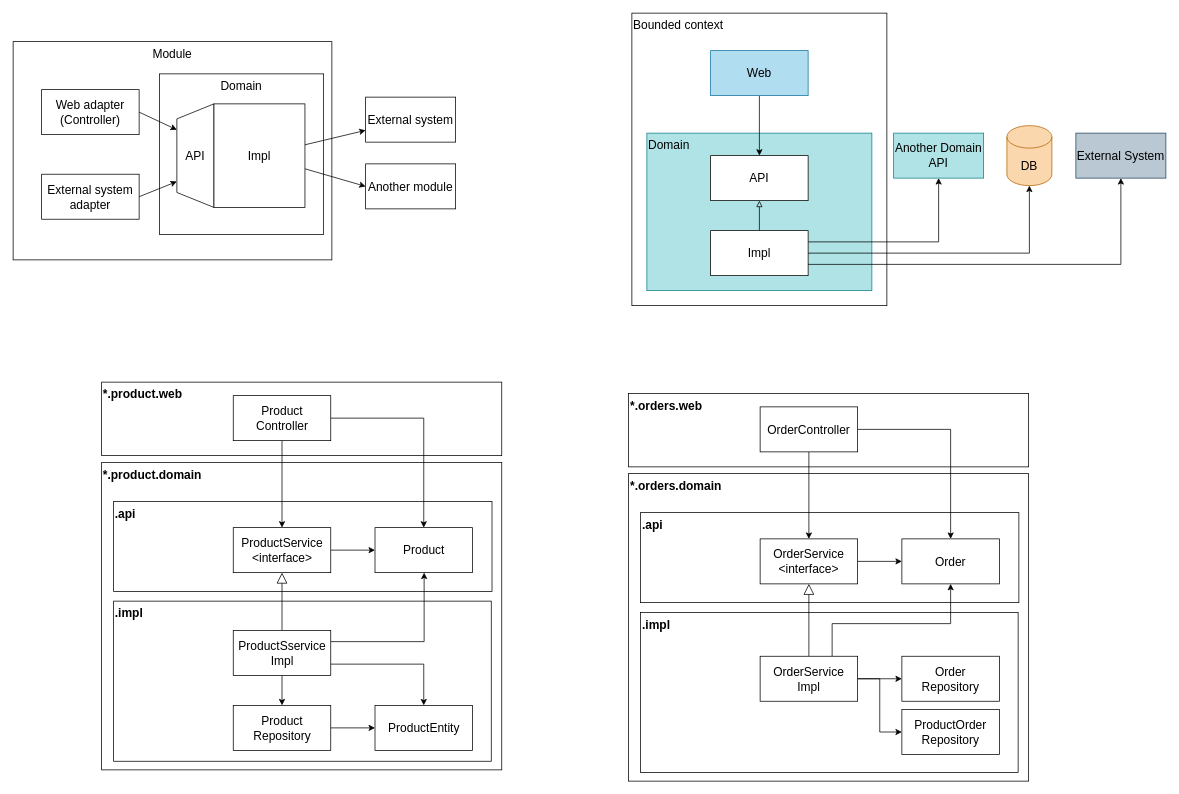
zatsepinvl/where-to-put-the-service keeps this draw.io diagram as page "Yet another architecture" (5 of 5) of where-to-put-the-service.drawio. Above is the earlier version. Source tidied: cells renumbered, new cells numbered last; positions are measured from the earlier drawing's top-left corner, leaving out a move shared by most shapes. Both pictures are drawn from the tidied source at 75%, with x=0, y=0 at pixel (13, 13).
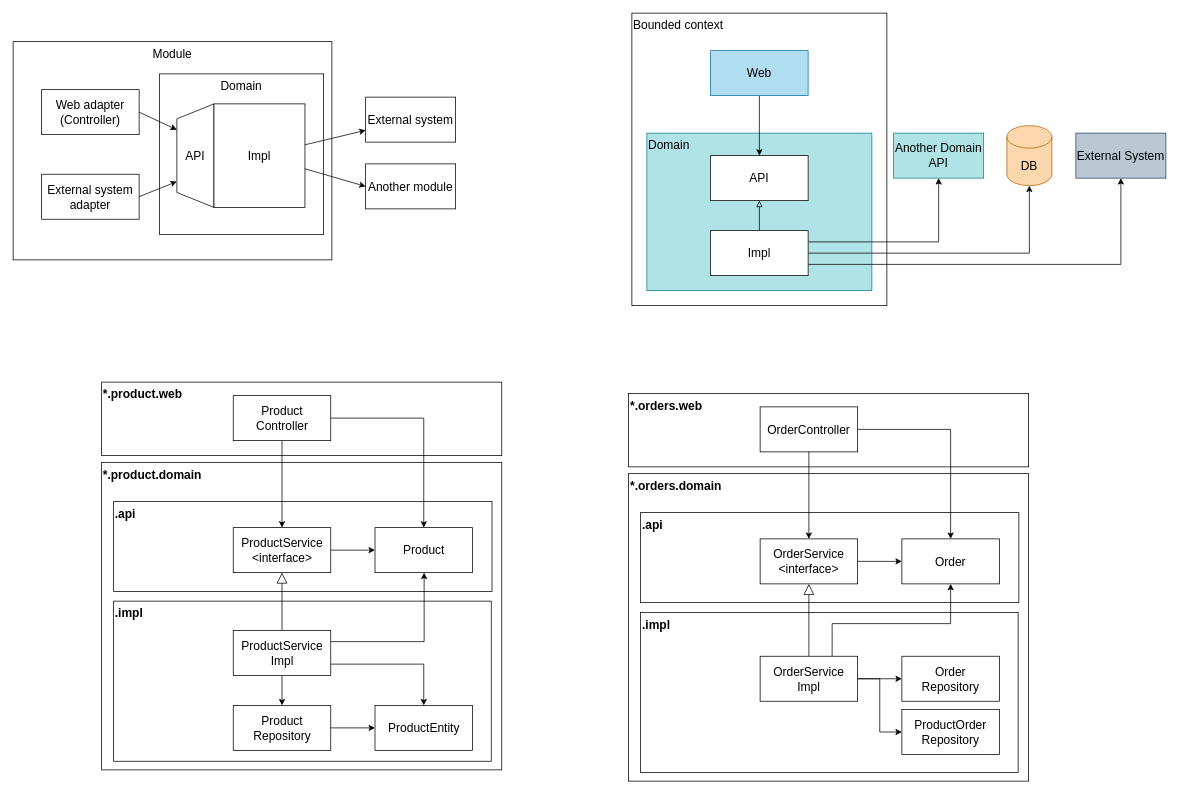
The same diagram, later.

Diff of the diagram source:
```diff
@@
-    <mxCell id="46" value="ProductSservice&lt;br&gt;Impl" style="rounded=0;whiteSpace=wrap;html=1;fontFamily=Arial;fontSize=16;shadow=0;" parent="1" vertex="1">
+    <mxCell id="46" value="ProductService&lt;br&gt;Impl" style="rounded=0;whiteSpace=wrap;html=1;fontFamily=Arial;fontSize=16;shadow=0;" parent="1" vertex="1">
       <mxGeometry x="293.5" y="823" width="130" height="60" as="geometry" />
     </mxCell>
```
